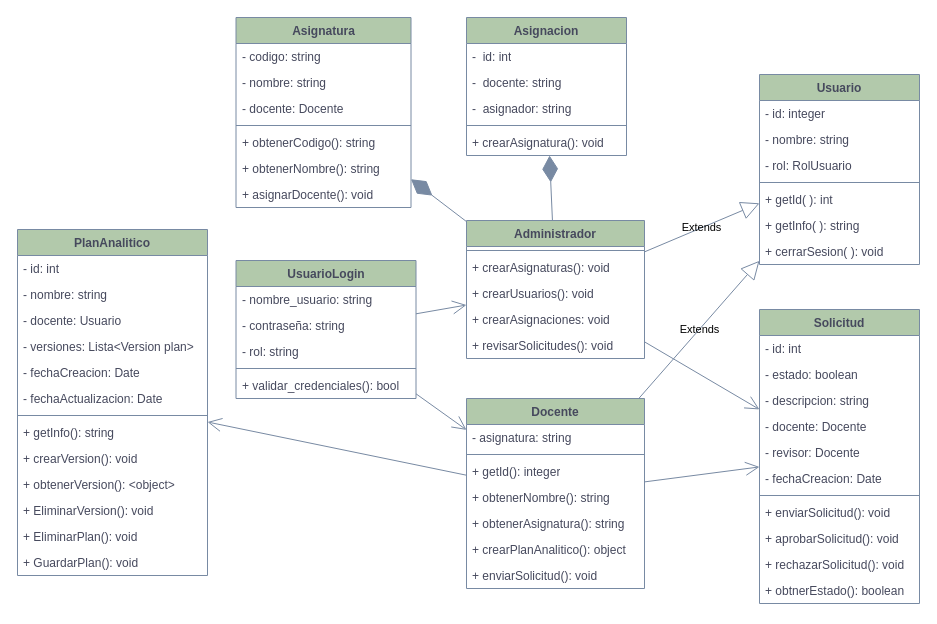
Above: page "clases" (2 of 4) of Diagrama sin título.drawio in JesusBriones2/prueba (draw.io), before the change. Source tidied: cells renumbered, new cells numbered last; positions are measured from the earlier drawing's top-left corner, leaving out a move shared by most shapes. Both pictures are drawn from the tidied source at 100%, with x=0, y=0 at pixel (17, 17).
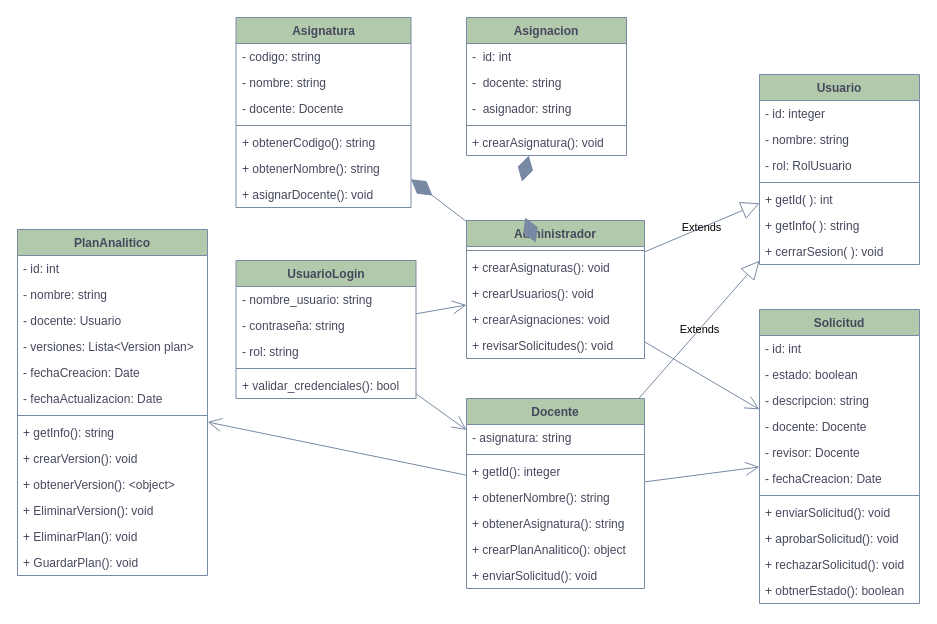
The same diagram, later.

The change refers to these unchanged cells:
```xml
<mxCell id="16" value="Administrador" style="swimlane;fontStyle=1;align=center;verticalAlign=top;horizontal=1;startSize=26;whiteSpace=wrap;html=1;strokeColor=#788AA3;fontColor=#46495D;fillColor=#B2C9AB;labelBackgroundColor=none;" parent="1" vertex="1">
  <mxGeometry x="449" y="203" width="178" height="138" as="geometry" />
</mxCell>
<mxCell id="44" value="Asignacion" style="swimlane;fontStyle=1;align=center;verticalAlign=top;horizontal=1;startSize=26;whiteSpace=wrap;html=1;strokeColor=#788AA3;fontColor=#46495D;fillColor=#B2C9AB;labelBackgroundColor=none;" parent="1" vertex="1">
  <mxGeometry x="449" width="160" height="138" as="geometry" />
</mxCell>
```

The edit, as a diff of the source:
```diff
@@
-    <mxCell id="65" style="endArrow=diamondThin;endFill=1;endSize=24;html=1;rounded=0;strokeColor=#788AA3;fontColor=default;fillColor=#B2C9AB;labelBackgroundColor=none;" parent="1" edge="1" source="16" target="44">
-      <mxGeometry relative="1" as="geometry" />
+    <mxCell id="65" style="endArrow=diamondThin;endFill=1;endSize=24;html=1;rounded=0;strokeColor=#788AA3;fontColor=default;fillColor=#B2C9AB;labelBackgroundColor=none;" parent="1" edge="1" target="44">
+      <mxGeometry relative="1" as="geometry">
+        <mxPoint x="511" y="139" as="sourcePoint" />
+      </mxGeometry>
     </mxCell>
@@
+    <mxCell id="79" style="endArrow=diamondThin;endFill=1;endSize=24;html=1;rounded=0;strokeColor=#788AA3;fontColor=default;fillColor=#B2C9AB;labelBackgroundColor=none;" parent="1" edge="1" source="16">
+      <mxGeometry relative="1" as="geometry">
+        <mxPoint x="518.2" y="225" as="targetPoint" />
+      </mxGeometry>
+    </mxCell>
```
